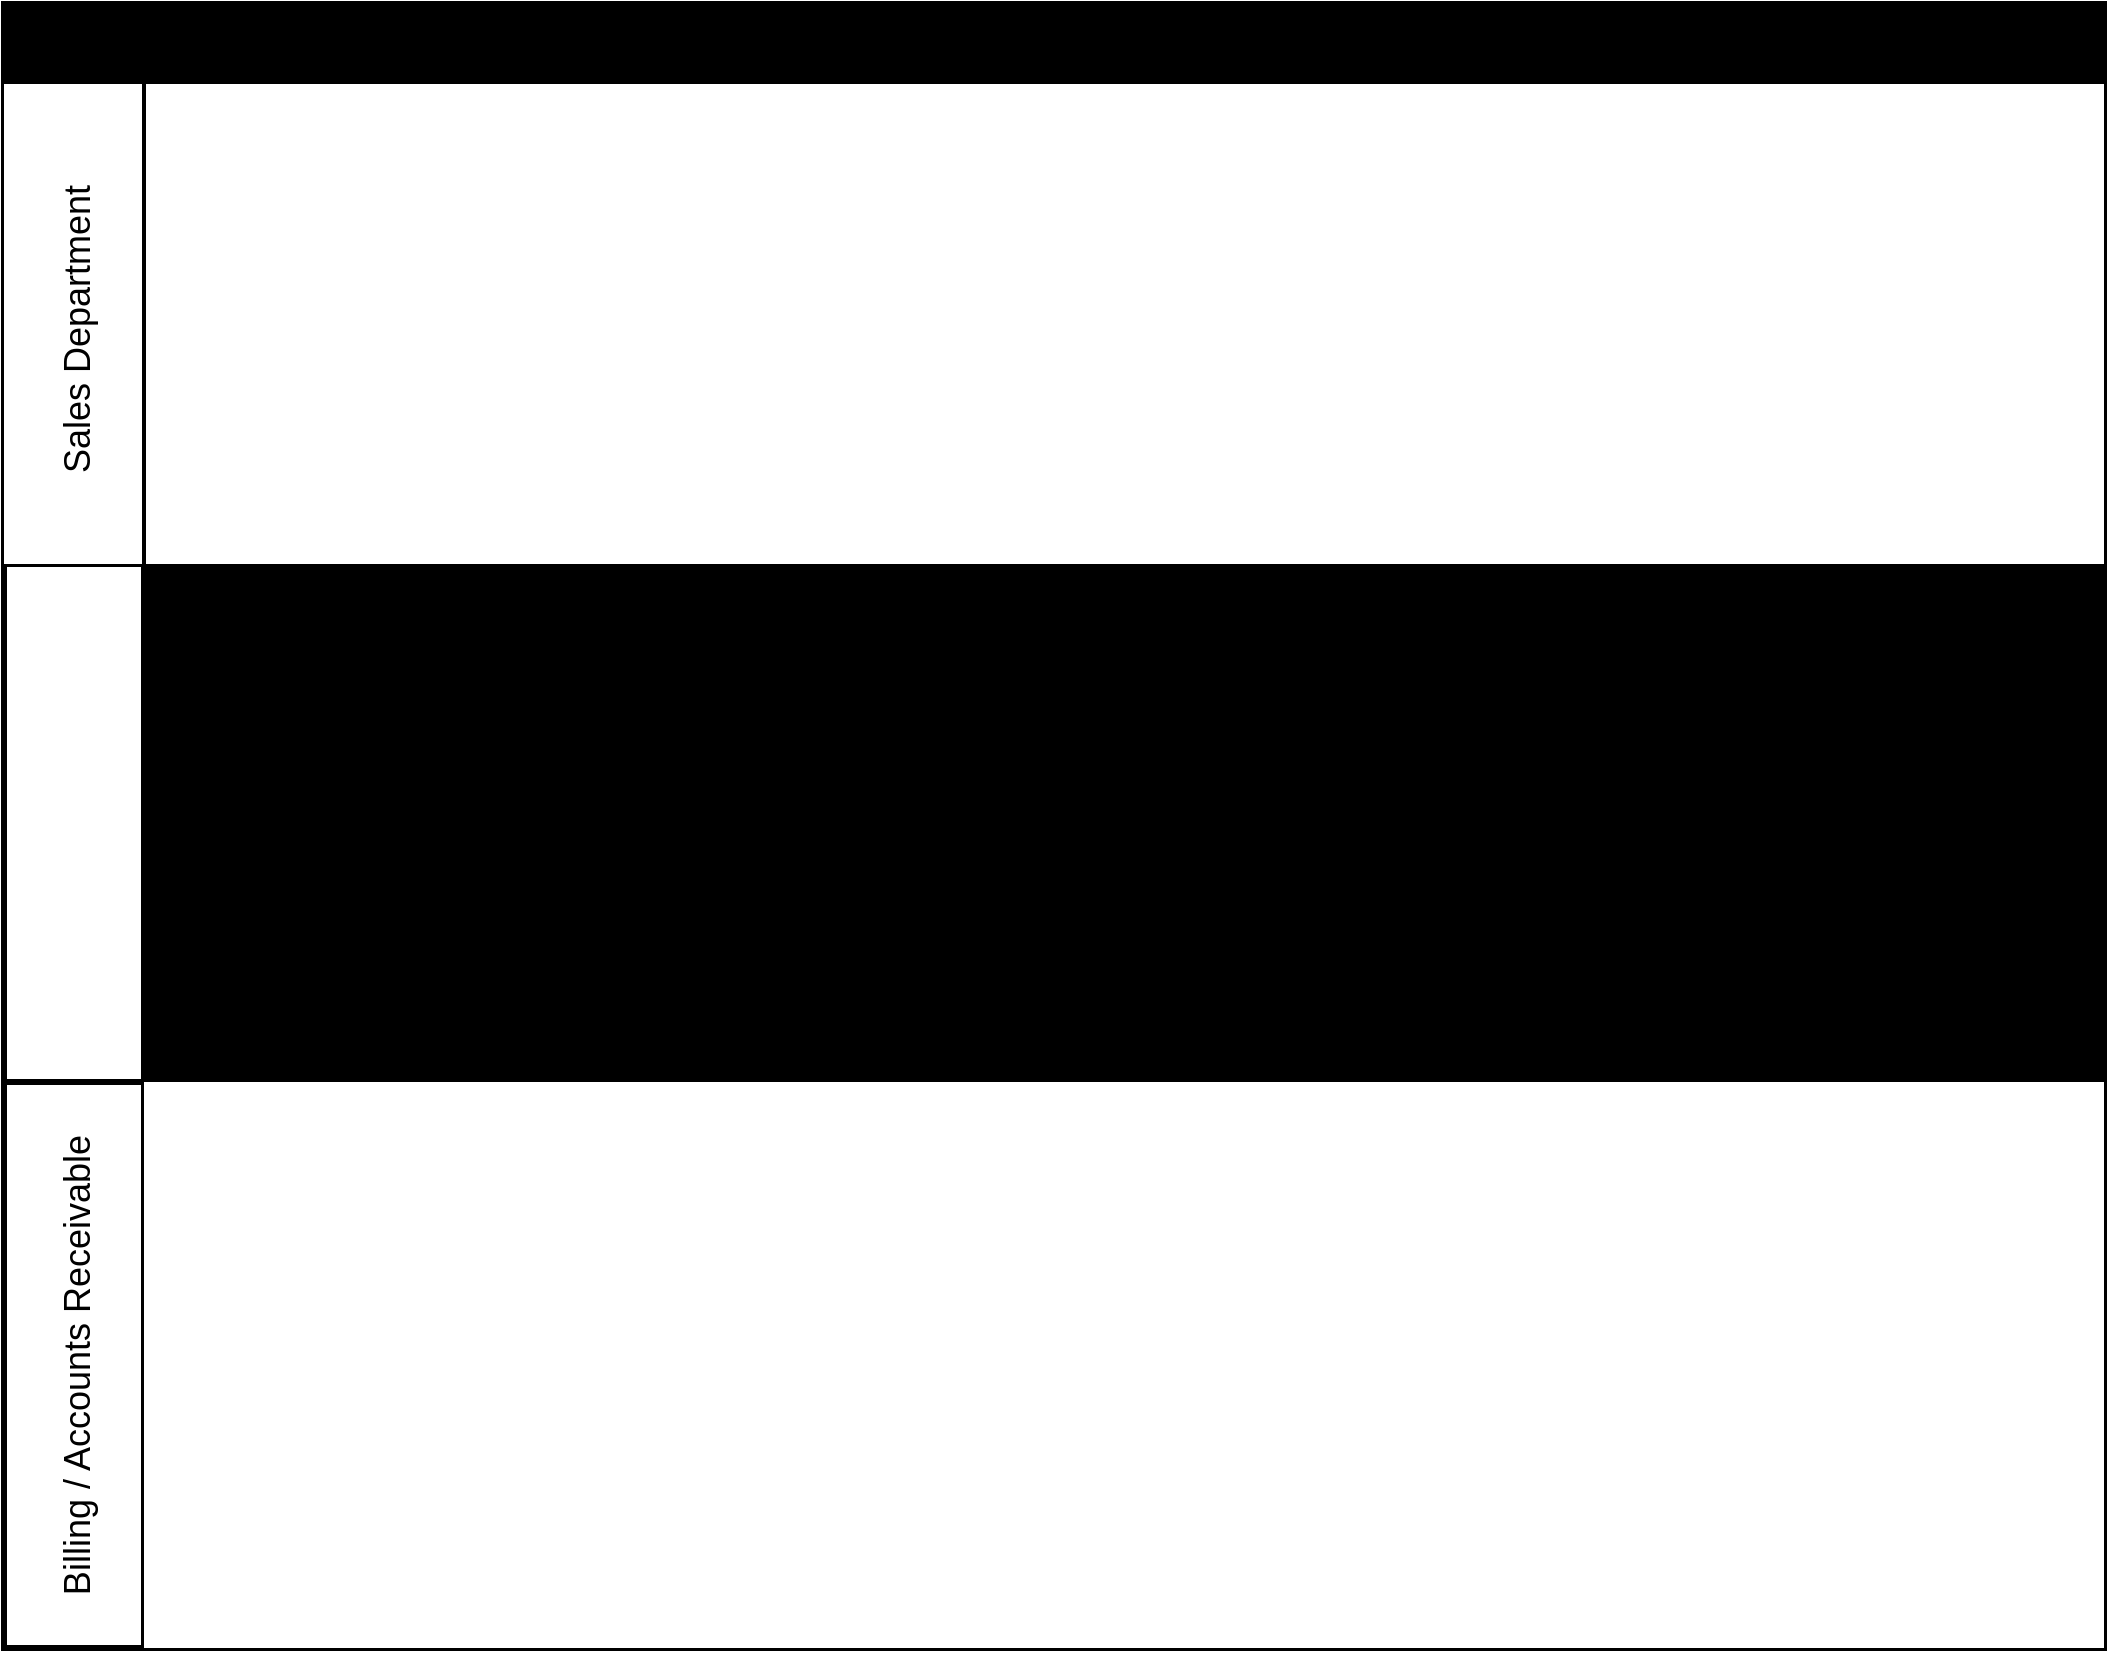
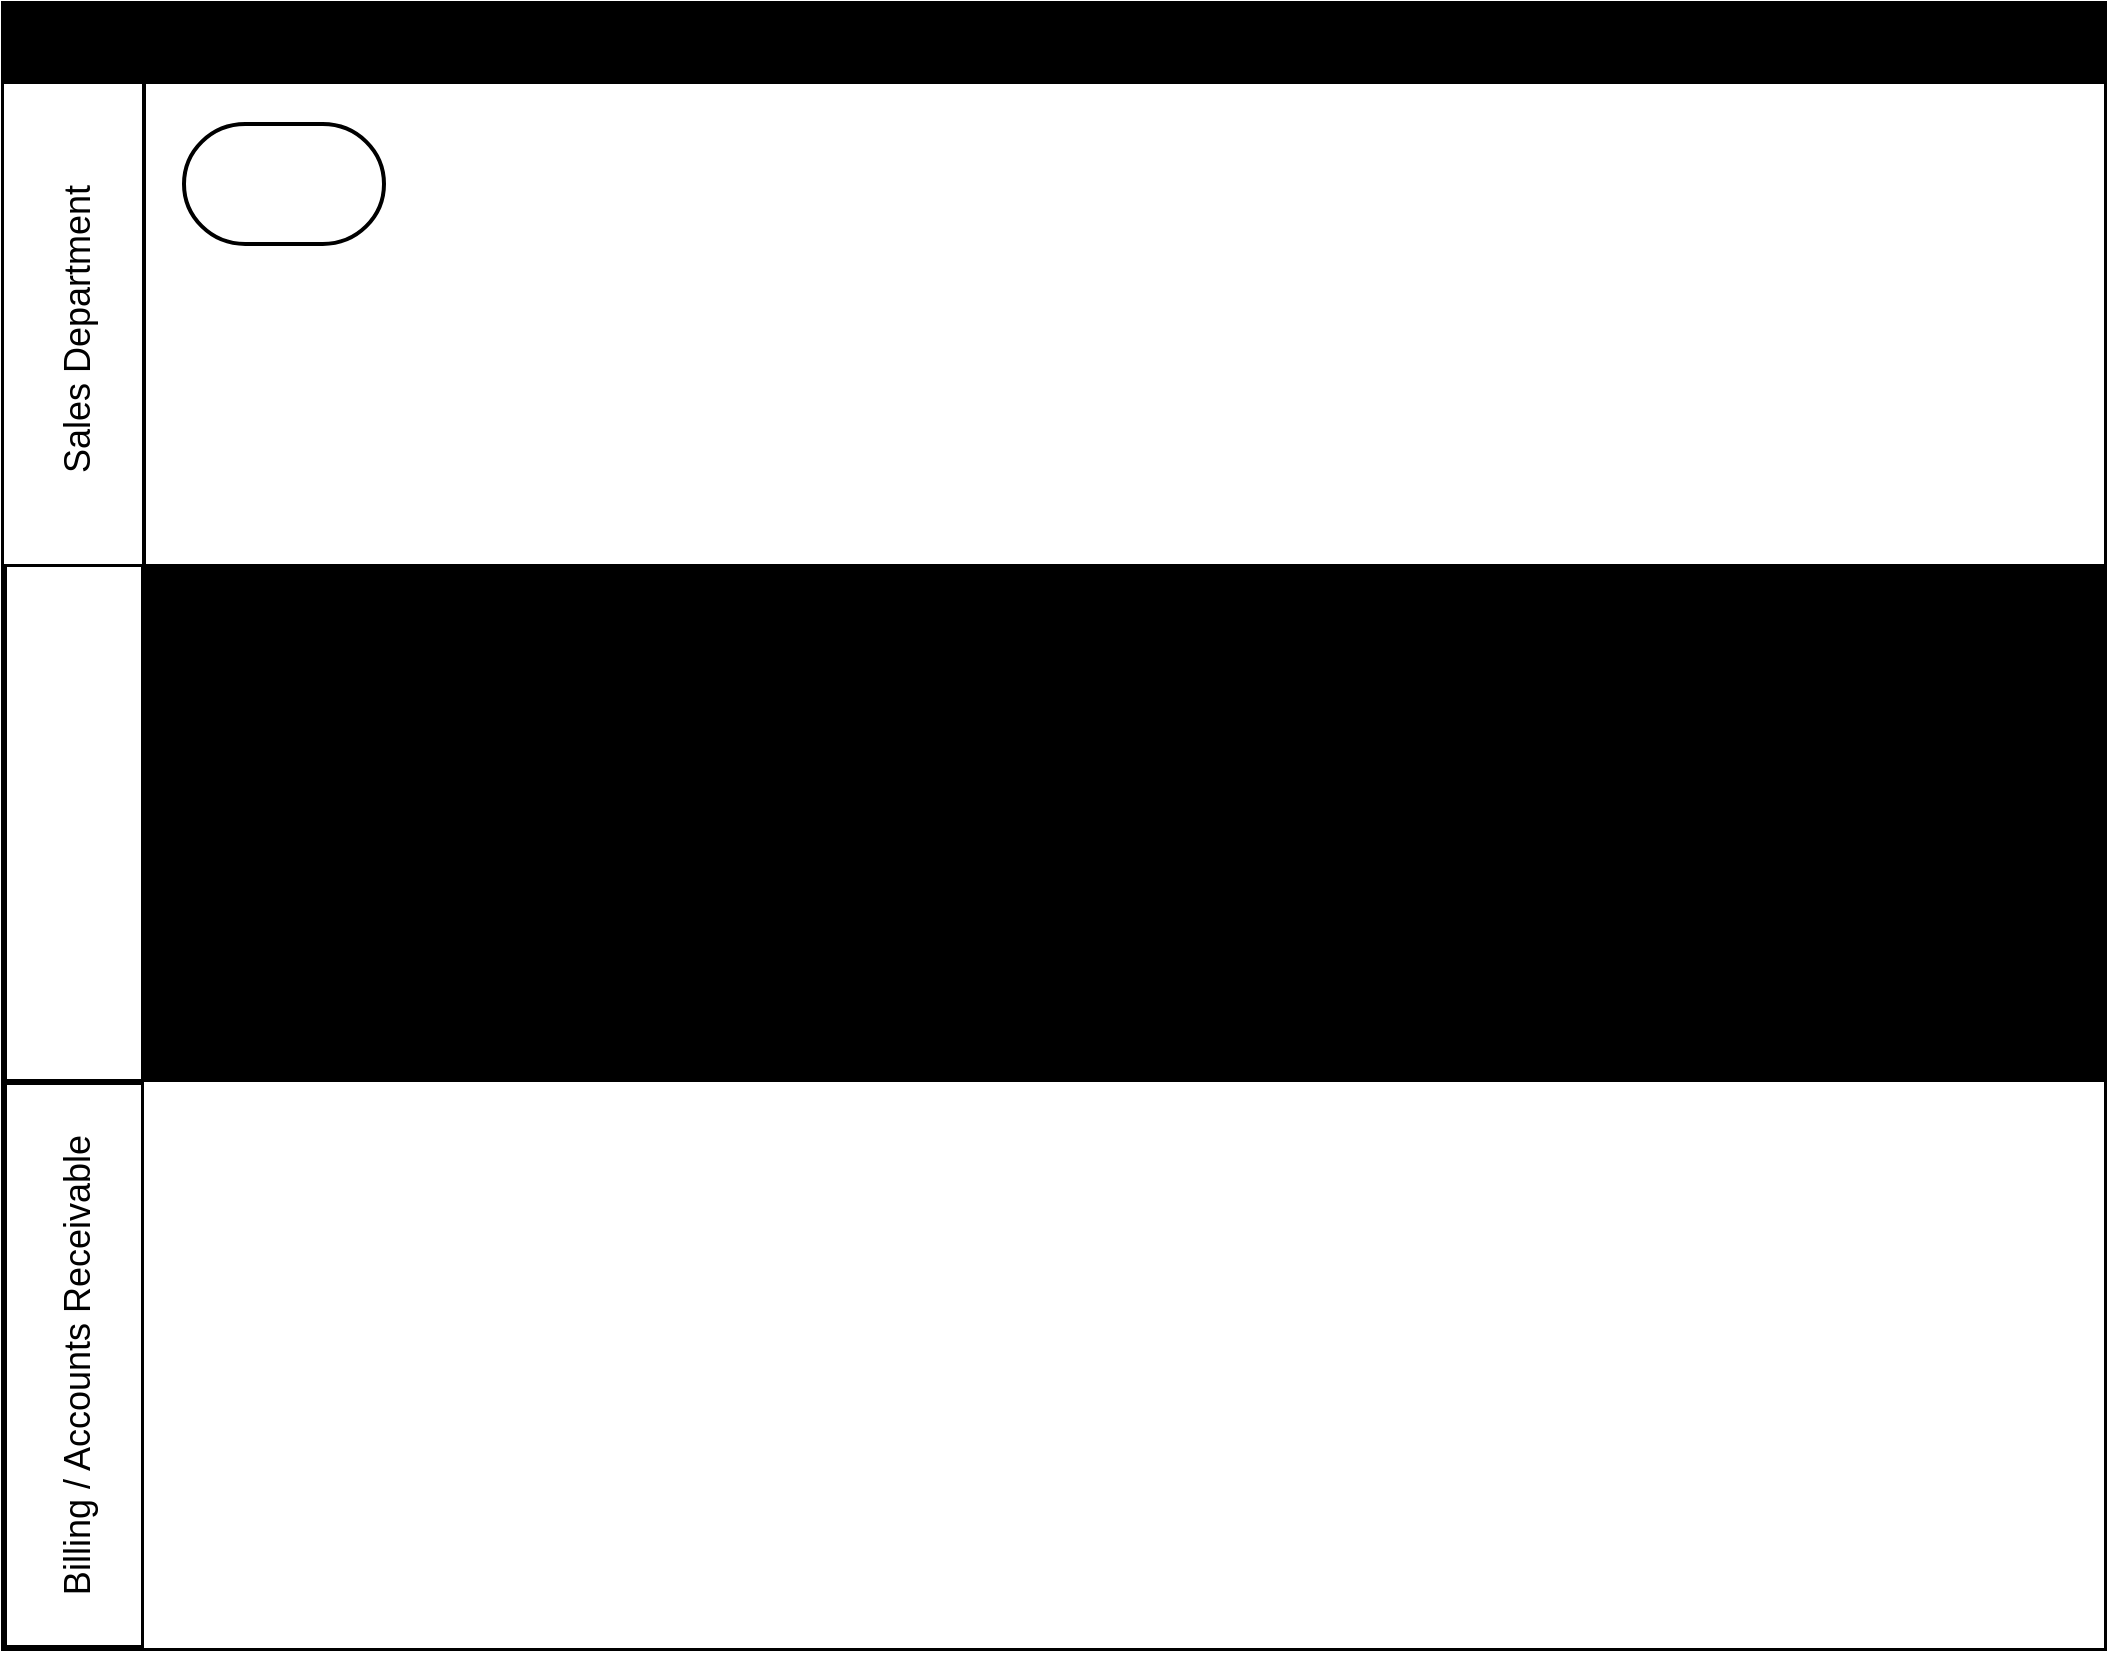
<mxfile host="app.diagrams.net">
  <diagram name="Page-1" id="JuwPx92q4KAnNjeC5ImY">
    <mxGraphModel dx="1356" dy="859" grid="1" gridSize="10" guides="1" tooltips="1" connect="1" arrows="1" fold="1" page="1" pageScale="1" pageWidth="1100" pageHeight="850" math="0" shadow="0">
      <root>
        <mxCell id="0" />
        <mxCell id="1" parent="0" />
        <mxCell id="NQ8u1UKUMeSrLokraIQ_-5" parent="1" style="shape=table;childLayout=tableLayout;startSize=40;collapsible=0;recursiveResize=0;expand=0;fontSize=21;fontColor=light-dark(#000000,#FF8000);fontStyle=1;labelBackgroundColor=none;labelBorderColor=none;fillColor=light-dark(#000000,#1A1A1A);strokeWidth=3;direction=east;perimeterSpacing=2;" value="Kissena Bakery — Revenue Cycle (Order-to-Cash)" vertex="1">
          <mxGeometry height="822" width="1050" x="20" y="10" as="geometry" />
        </mxCell>
        <mxCell id="NQ8u1UKUMeSrLokraIQ_-6" parent="NQ8u1UKUMeSrLokraIQ_-5" style="shape=tableRow;horizontal=0;swimlaneHead=0;swimlaneBody=0;top=0;left=0;strokeColor=inherit;bottom=0;right=0;dropTarget=0;fontStyle=0;fillColor=light-dark(#FFFFFF,#006600);points=[[0,0.5],[1,0.5]];portConstraint=eastwest;startSize=70;collapsible=0;recursiveResize=0;expand=0;fontSize=18;strokeWidth=2;labelBorderColor=none;rounded=0;swimlaneLine=1;swimlaneFillColor=light-dark(#FFFFFF,#000000);" value="Sales Department " vertex="1">
          <mxGeometry height="240" width="1050" y="40" as="geometry" />
        </mxCell>
        <mxCell id="NQ8u1UKUMeSrLokraIQ_-7" parent="NQ8u1UKUMeSrLokraIQ_-6" style="swimlane;swimlaneHead=0;swimlaneBody=0;fontStyle=0;strokeColor=inherit;connectable=0;fillColor=none;startSize=0;collapsible=0;recursiveResize=0;expand=0;fontSize=16;" value="" vertex="1">
          <mxGeometry height="240" width="980" x="70" as="geometry">
            <mxRectangle height="240" width="980" as="alternateBounds" />
          </mxGeometry>
+         </mxCell>
+         <mxCell id="NQ8u1UKUMeSrLokraIQ_-38" parent="NQ8u1UKUMeSrLokraIQ_-7" style="strokeWidth=2;html=1;shape=mxgraph.flowchart.terminator;whiteSpace=wrap;" value="" vertex="1">
+           <mxGeometry height="60" width="100" x="20" y="20" as="geometry" />
        </mxCell>
        <mxCell id="NQ8u1UKUMeSrLokraIQ_-10" parent="NQ8u1UKUMeSrLokraIQ_-5" style="shape=tableRow;horizontal=0;swimlaneHead=0;swimlaneBody=0;top=0;left=0;strokeColor=inherit;bottom=0;right=0;dropTarget=0;fontStyle=0;fillColor=light-dark(transparent,#007FFF);points=[[0,0.5],[1,0.5]];portConstraint=eastwest;startSize=70;collapsible=0;recursiveResize=0;expand=0;fontSize=19;strokeWidth=3;fontColor=light-dark(#FFFFFF,#FFFFFF);" value="Warehouse Department " vertex="1">
          <mxGeometry height="259" width="1050" y="280" as="geometry" />
        </mxCell>
        <mxCell id="NQ8u1UKUMeSrLokraIQ_-11" parent="NQ8u1UKUMeSrLokraIQ_-10" style="swimlane;swimlaneHead=0;swimlaneBody=0;fontStyle=0;connectable=0;strokeColor=inherit;fillColor=none;startSize=0;collapsible=0;recursiveResize=0;expand=0;fontSize=16;swimlaneFillColor=light-dark(#000000,#000000);" value="" vertex="1">
          <mxGeometry height="259" width="980" x="70" as="geometry">
            <mxRectangle height="259" width="980" as="alternateBounds" />
          </mxGeometry>
        </mxCell>
        <mxCell id="NQ8u1UKUMeSrLokraIQ_-14" parent="NQ8u1UKUMeSrLokraIQ_-5" style="shape=tableRow;horizontal=0;swimlaneHead=0;swimlaneBody=0;top=0;left=0;strokeColor=inherit;bottom=0;right=0;dropTarget=0;fontStyle=0;fillColor=light-dark(transparent,#CC6600);points=[[0,0.5],[1,0.5]];portConstraint=eastwest;startSize=70;collapsible=0;recursiveResize=0;expand=0;fontSize=18;strokeWidth=3;" value="Billing / Accounts Receivable" vertex="1">
          <mxGeometry height="283" width="1050" y="539" as="geometry" />
        </mxCell>
        <mxCell id="NQ8u1UKUMeSrLokraIQ_-15" parent="NQ8u1UKUMeSrLokraIQ_-14" style="swimlane;swimlaneHead=0;swimlaneBody=0;fontStyle=0;connectable=0;strokeColor=inherit;fillColor=none;startSize=0;collapsible=0;recursiveResize=0;expand=0;fontSize=16;swimlaneFillColor=light-dark(#FFFFFF,#000000);" value="" vertex="1">
          <mxGeometry height="283" width="980" x="70" as="geometry">
            <mxRectangle height="283" width="980" as="alternateBounds" />
          </mxGeometry>
        </mxCell>
      </root>
    </mxGraphModel>
  </diagram>
</mxfile>
